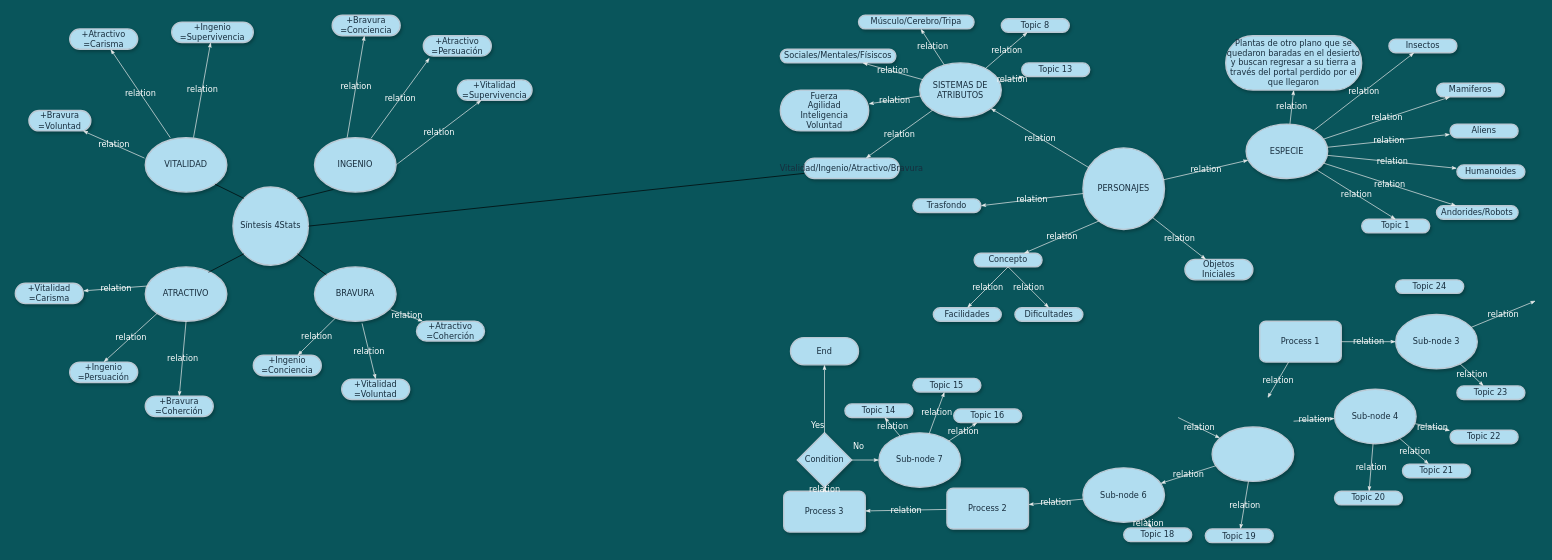
Above: page "Página-2" (2 of 2) of mental_map_worldbuilding.drawio in aixairupe/DiagramasRPG (draw.io), before the change. Source tidied: cells renumbered, new cells numbered last; positions are measured from the earlier drawing's top-left corner, leaving out a move shared by most shapes. Both pictures are drawn from the tidied source at 68%, with x=0, y=0 at pixel (15, 15).
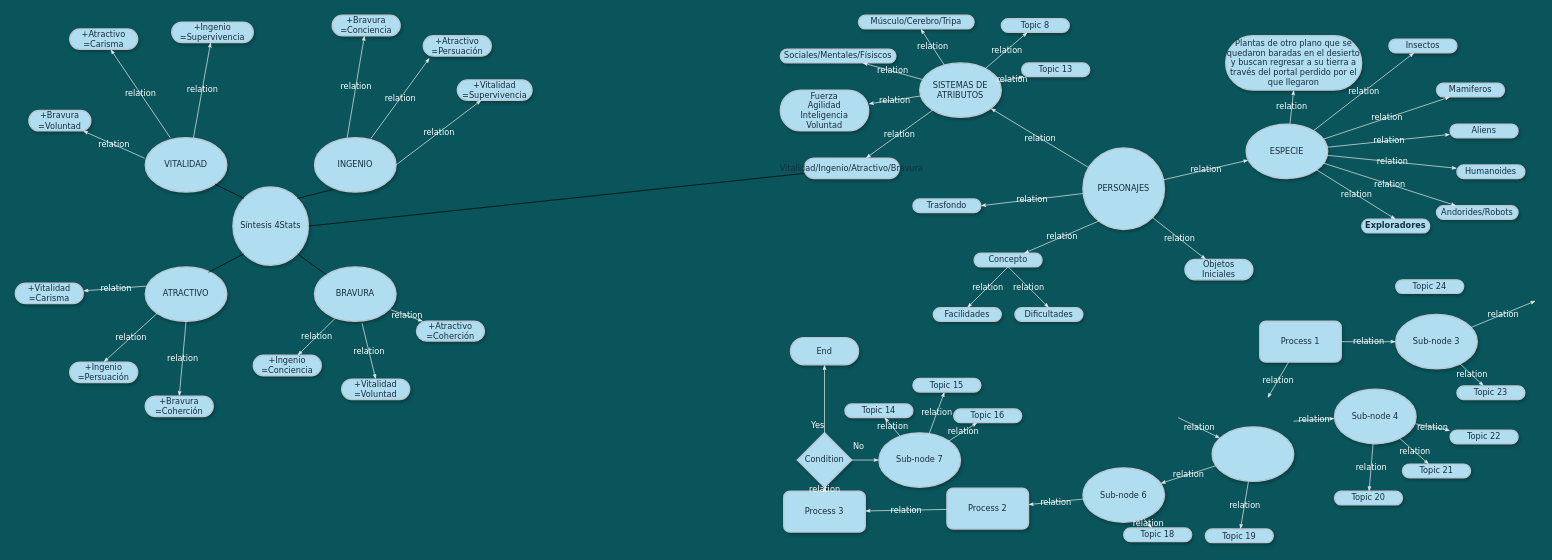
The same diagram, later.

Diff of the diagram source:
```diff
@@
-    <mxCell id="20" value="Topic 1" style="whiteSpace=wrap;html=1;rounded=1;shadow=1;comic=0;labelBackgroundColor=none;strokeWidth=2;fontFamily=Verdana;fontSize=12;align=center;arcSize=50;fillColor=#B1DDF0;strokeColor=#BAC8D3;fontColor=#182E3E;" parent="1" vertex="1">
+    <mxCell id="20" value="&lt;b&gt;Exploradores&lt;/b&gt;" style="whiteSpace=wrap;html=1;rounded=1;shadow=1;comic=0;labelBackgroundColor=none;strokeWidth=2;fontFamily=Verdana;fontSize=12;align=center;arcSize=50;fillColor=#B1DDF0;strokeColor=#BAC8D3;fontColor=#182E3E;" parent="1" vertex="1">
       <mxGeometry x="1980" y="300" width="100" height="20" as="geometry" />
     </mxCell>
```
